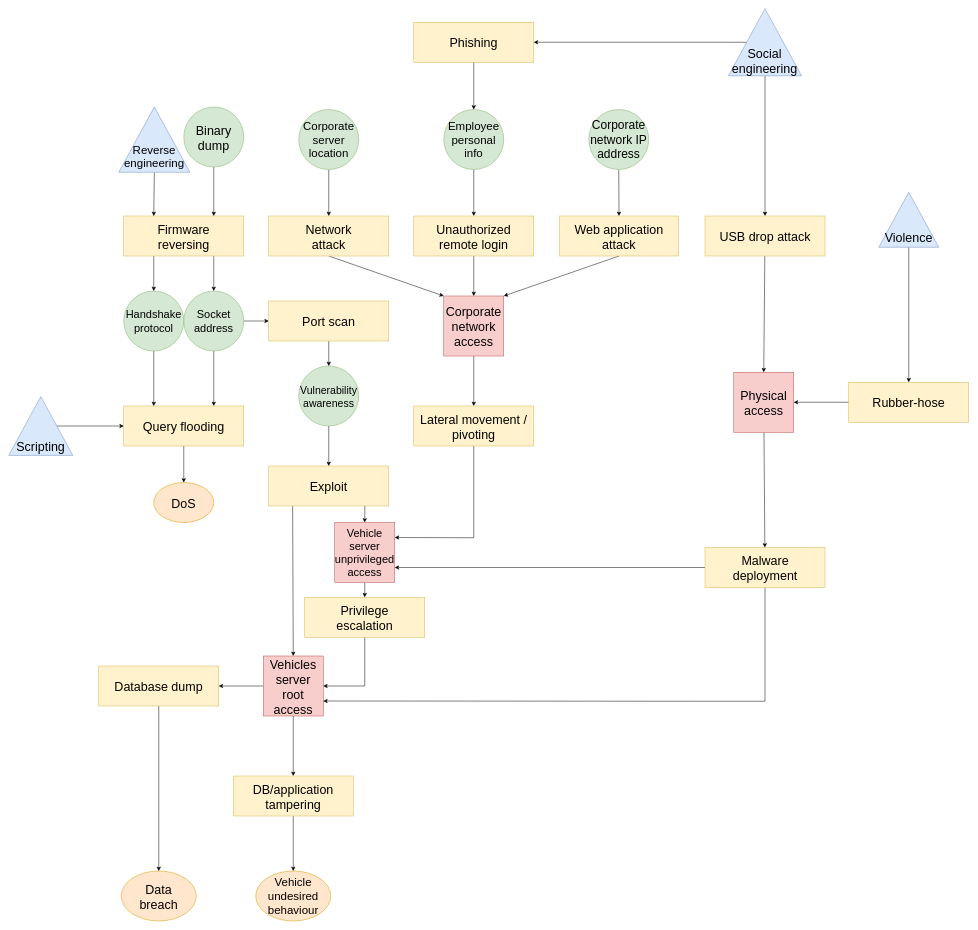
Before: attackTree.drawio in fraie98/vehiclesADVISE, a draw.io diagram. Source tidied: cells renumbered, new cells numbered last; positions are measured from the earlier drawing's top-left corner, leaving out a move shared by most shapes. Both pictures are drawn from the tidied source at 50%, with x=0, y=0 at pixel (8, 8).
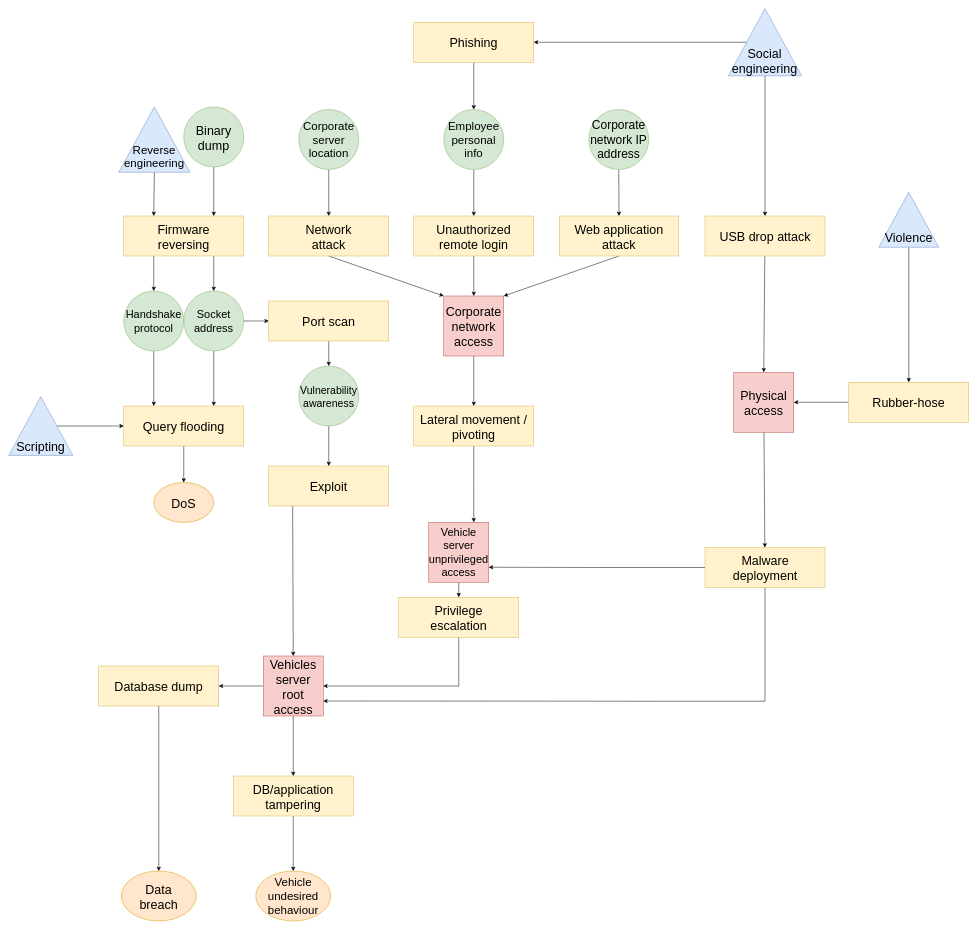
The same diagram, later.

Commit message (it also covers changes not shown here):
Attack tree drawio updated

The change refers to these unchanged cells:
```xml
<mxCell id="21" value="Exploit" style="rounded=0;whiteSpace=wrap;html=1;fillColor=#fff2cc;strokeColor=#d6b656;fontSize=25;" parent="1" vertex="1">
  <mxGeometry x="520" y="914.5" width="240" height="80" as="geometry" />
</mxCell>
<mxCell id="54" value="Lateral movement / pivoting" style="rounded=0;whiteSpace=wrap;html=1;fontSize=25;fillColor=#fff2cc;strokeColor=#d6b656;" parent="1" vertex="1">
  <mxGeometry x="810" y="794.5" width="240" height="80" as="geometry" />
</mxCell>
```

Diff of the diagram source:
```diff
@@
-    <mxCell id="20" style="edgeStyle=none;rounded=0;jettySize=auto;html=1;exitX=0.801;exitY=0.994;exitDx=0;exitDy=0;fontSize=25;entryX=0.5;entryY=0;entryDx=0;entryDy=0;exitPerimeter=0;" parent="1" edge="1" source="21" target="26">
-      <mxGeometry relative="1" as="geometry" />
-    </mxCell>
@@
     <mxCell id="26" value="Vehicle server unprivileged access" style="whiteSpace=wrap;html=1;fontSize=22;fillColor=#f8cecc;strokeColor=#b85450;" parent="1" vertex="1">
-      <mxGeometry x="652" y="1027.5" width="120" height="120" as="geometry" />
+      <mxGeometry x="840" y="1027" width="120" height="120" as="geometry" />
     </mxCell>
@@
     <mxCell id="28" value="&lt;div style=&quot;font-size: 25px;&quot;&gt;Privilege&lt;/div&gt;&lt;div style=&quot;font-size: 25px;&quot;&gt;escalation&lt;/div&gt;" style="rounded=0;whiteSpace=wrap;html=1;fontSize=25;fillColor=#fff2cc;strokeColor=#d6b656;" parent="1" vertex="1">
-      <mxGeometry x="592" y="1177" width="240" height="80" as="geometry" />
+      <mxGeometry x="780" y="1177" width="240" height="80" as="geometry" />
     </mxCell>
@@
-    <mxCell id="53" style="edgeStyle=none;rounded=0;jettySize=auto;html=1;fontSize=25;entryX=1;entryY=0.25;entryDx=0;entryDy=0;" parent="1" edge="1" source="54" target="26">
+    <mxCell id="53" style="edgeStyle=none;rounded=0;jettySize=auto;html=1;fontSize=25;entryX=0.75;entryY=0;entryDx=0;entryDy=0;" parent="1" edge="1" source="54" target="26">
       <mxGeometry relative="1" as="geometry">
         <Array as="points">
-          <mxPoint x="930" y="1058" />
+          <mxPoint x="930" y="947" />
         </Array>
       </mxGeometry>
     </mxCell>
```
